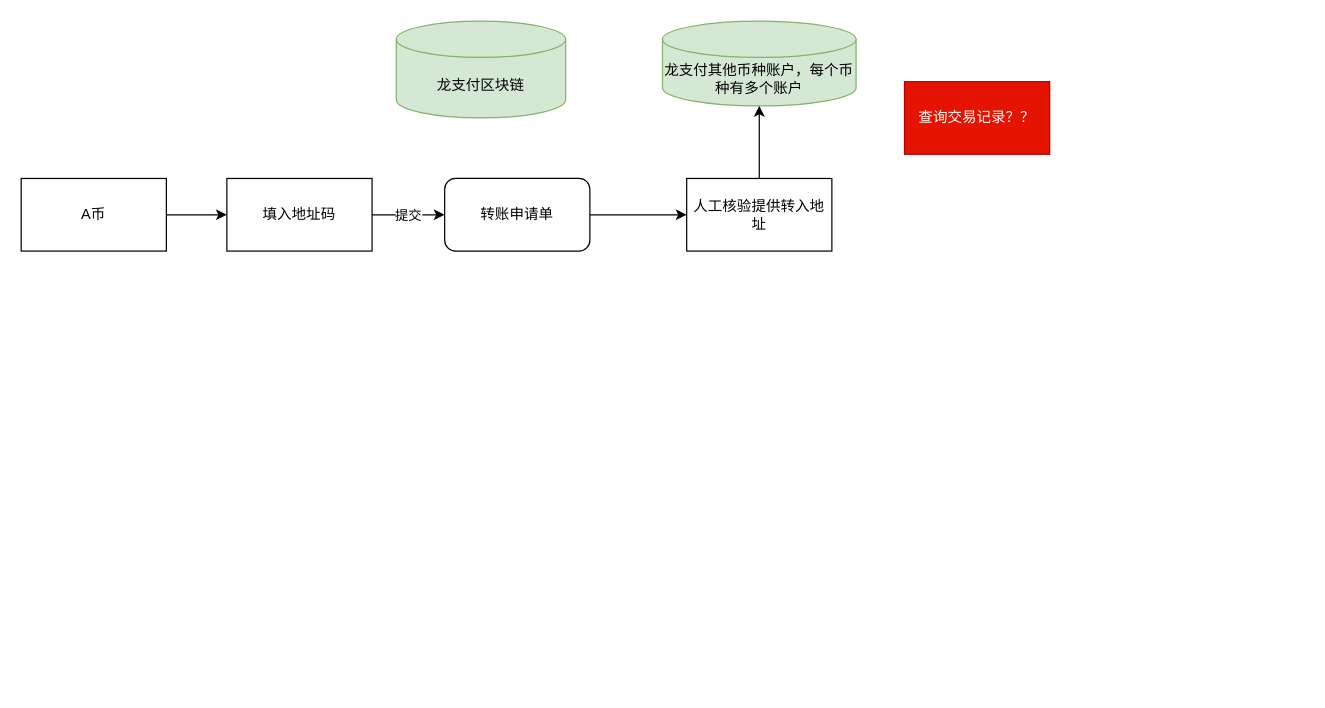
Earlier version of the draw.io diagram 多币种.drawio (dovezat/drawio). Source tidied: cells renumbered, new cells numbered last; positions are measured from the earlier drawing's top-left corner, leaving out a move shared by most shapes. Both pictures are drawn from the tidied source at 121%, with x=0, y=0 at pixel (21, 21).
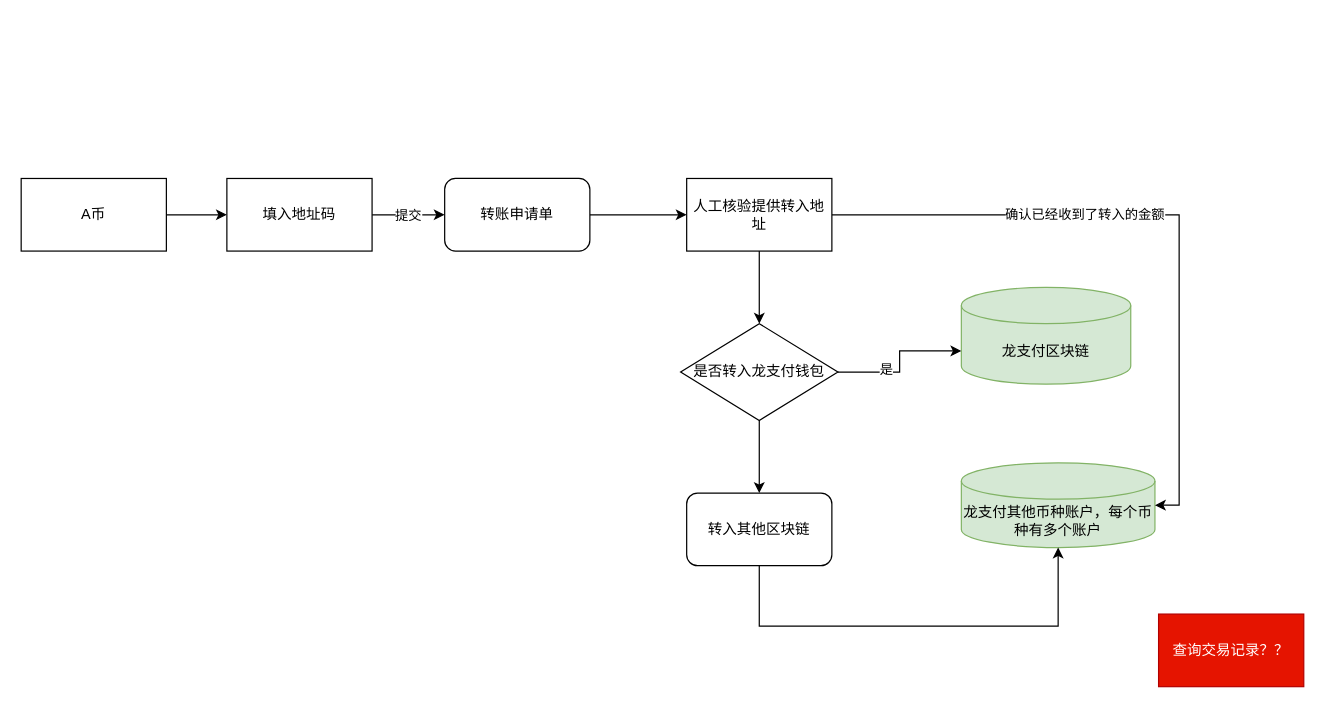
The same page after the edit.

The change refers to these unchanged cells:
```xml
<mxCell id="12" value="人工核验提供转入地址" style="rounded=0;whiteSpace=wrap;html=1;" parent="1" vertex="1">
  <mxGeometry x="550" y="130" width="120" height="60" as="geometry" />
</mxCell>
```

What changed in the source:
```diff
@@
     <mxCell id="7" value="龙支付区块链" style="shape=cylinder3;whiteSpace=wrap;html=1;boundedLbl=1;backgroundOutline=1;size=15;fillColor=#d5e8d4;strokeColor=#82b366;" parent="1" vertex="1">
-      <mxGeometry x="310" width="140" height="80" as="geometry" />
+      <mxGeometry x="777" y="220" width="140" height="80" as="geometry" />
     </mxCell>
@@
     <mxCell id="10" value="龙支付其他币种账户，每个币种有多个账户" style="shape=cylinder3;whiteSpace=wrap;html=1;boundedLbl=1;backgroundOutline=1;size=15;fillColor=#d5e8d4;strokeColor=#82b366;" parent="1" vertex="1">
-      <mxGeometry x="530" width="160" height="70" as="geometry" />
+      <mxGeometry x="777" y="365" width="160" height="70" as="geometry" />
     </mxCell>
-    <mxCell id="11" style="edgeStyle=orthogonalEdgeStyle;rounded=0;jettySize=auto;html=1;entryX=0.5;entryY=1;entryDx=0;entryDy=0;entryPerimeter=0;" parent="1" edge="1" source="12" target="10">
-      <mxGeometry relative="1" as="geometry" />
+    <mxCell id="11" style="edgeStyle=orthogonalEdgeStyle;rounded=0;jettySize=auto;html=1;entryX=0.5;entryY=1;entryDx=0;entryDy=0;entryPerimeter=0;exitX=0.5;exitY=1;exitDx=0;exitDy=0;" parent="1" edge="1" source="21" target="10">
+      <mxGeometry relative="1" as="geometry">
+        <Array as="points">
+          <mxPoint x="610" y="500" />
+          <mxPoint x="857" y="500" />
+        </Array>
+      </mxGeometry>
     </mxCell>
+    <mxCell id="14" style="edgeStyle=orthogonalEdgeStyle;rounded=0;jettySize=auto;html=1;entryX=0.5;entryY=0;entryDx=0;entryDy=0;" parent="1" edge="1" source="12" target="20">
+      <mxGeometry relative="1" as="geometry" />
+    </mxCell>
+    <mxCell id="15" style="edgeStyle=orthogonalEdgeStyle;rounded=0;jettySize=auto;html=1;entryX=1;entryY=0.5;entryDx=0;entryDy=0;entryPerimeter=0;" parent="1" edge="1" source="12" target="10">
+      <mxGeometry relative="1" as="geometry" />
+    </mxCell>
+    <mxCell id="16" value="确认已经收到了转入的金额" style="edgeLabel;html=1;align=center;verticalAlign=middle;" parent="15" vertex="1">
+      <mxGeometry x="-0.24" y="1" relative="1" as="geometry" />
+    </mxCell>
@@
     <mxCell id="13" value="查询交易记录？？" style="rounded=0;whiteSpace=wrap;html=1;fillColor=#e51400;strokeColor=#B20000;fontColor=#ffffff;" parent="1" vertex="1">
-      <mxGeometry x="730" y="50" width="120" height="60" as="geometry" />
+      <mxGeometry x="940" y="490" width="120" height="60" as="geometry" />
     </mxCell>
+    <mxCell id="17" style="edgeStyle=orthogonalEdgeStyle;rounded=0;jettySize=auto;html=1;entryX=0;entryY=0;entryDx=0;entryDy=52.5;entryPerimeter=0;" parent="1" edge="1" source="20" target="7">
+      <mxGeometry relative="1" as="geometry" />
+    </mxCell>
+    <mxCell id="18" value="是&lt;br&gt;" style="edgeLabel;html=1;align=center;verticalAlign=middle;" parent="17" vertex="1">
+      <mxGeometry x="-0.34" y="3" relative="1" as="geometry" />
+    </mxCell>
+    <mxCell id="19" style="edgeStyle=orthogonalEdgeStyle;rounded=0;jettySize=auto;html=1;" parent="1" edge="1" source="20" target="21">
+      <mxGeometry relative="1" as="geometry" />
+    </mxCell>
+    <mxCell id="20" value="是否转入龙支付钱包" style="rhombus;whiteSpace=wrap;html=1;" parent="1" vertex="1">
+      <mxGeometry x="545" y="250" width="130" height="80" as="geometry" />
+    </mxCell>
+    <mxCell id="21" value="转入其他区块链" style="rounded=1;whiteSpace=wrap;html=1;" parent="1" vertex="1">
+      <mxGeometry x="550" y="390" width="120" height="60" as="geometry" />
+    </mxCell>
```
